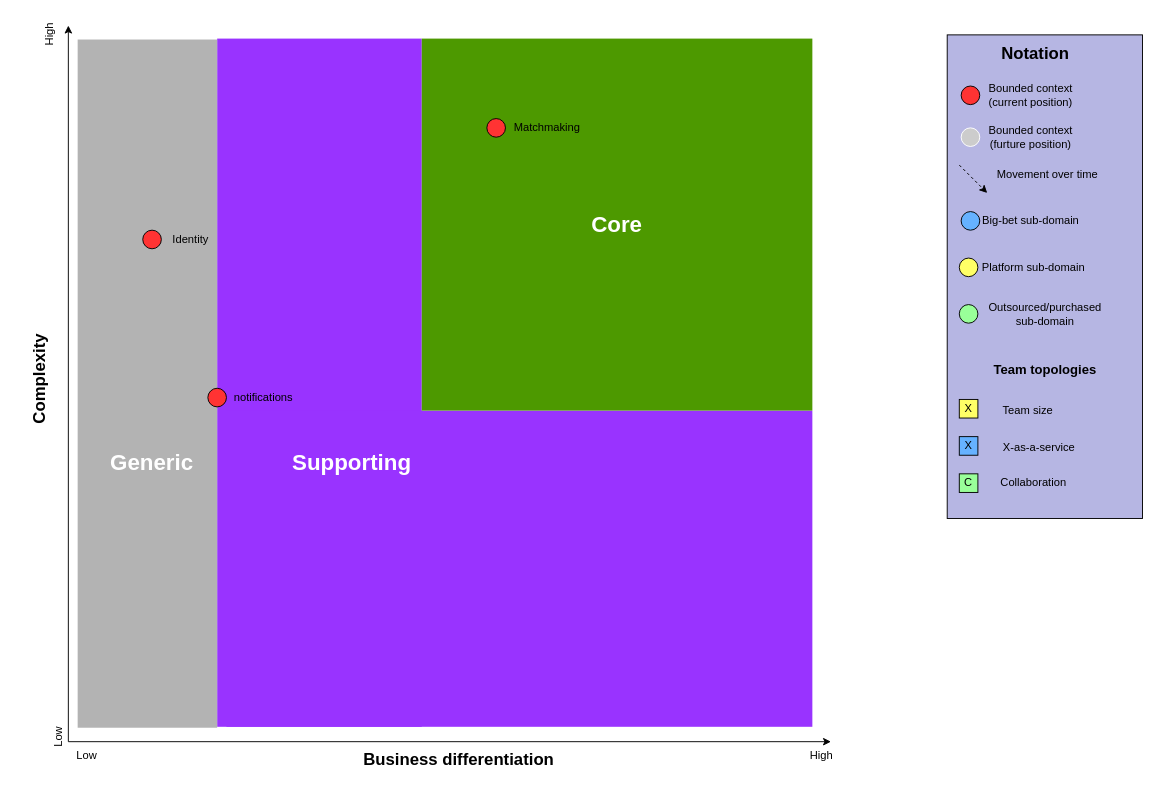
This is resources/drawio-template/core-domain-chart-template.drawio from ddd-crew/core-domain-charts, a draw.io file, before an edit. Source tidied: cells renumbered, new cells numbered last; positions are measured from the earlier drawing's top-left corner, leaving out a move shared by most shapes. Both pictures are drawn from the tidied source at 93%, with x=0, y=0 at pixel (21, 25).
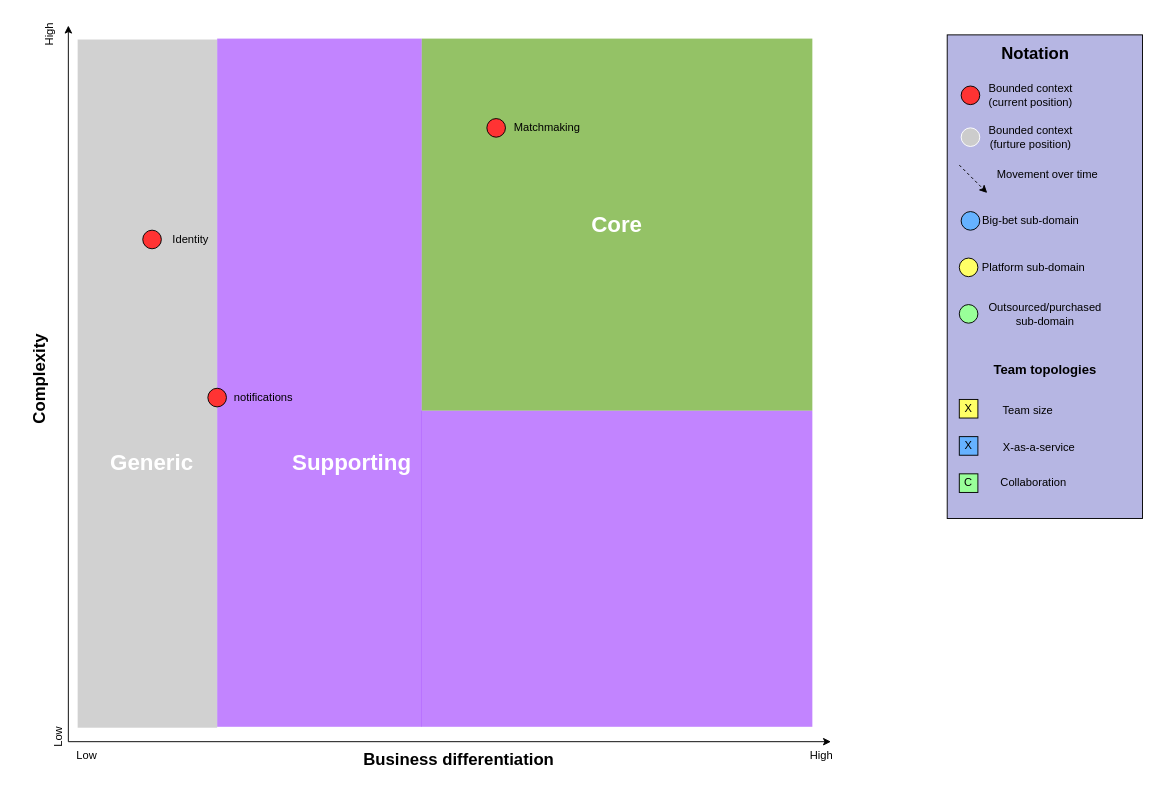
The same page after the edit.

Commit message:
drawio template: set opacity on colored background boxes to increase readability

Unchanged cells that the change refers to:
```xml
<mxCell id="2" style="group;" parent="1" vertex="1">
  <mxGeometry x="9.5" width="870.5" height="800" as="geometry" />
</mxCell>
```

Change to the diagram source:
```diff
@@
-    <mxCell id="3" style="rounded=0;whiteSpace=wrap;html=1;fillColor=#9933FF;strokeColor=none;" parent="2" vertex="1">
+    <mxCell id="3" style="rounded=0;whiteSpace=wrap;html=1;fillColor=#9933FF;strokeColor=none;fillOpacity=60;" parent="2" vertex="1">
       <mxGeometry x="200.5" y="14" width="220" height="740" as="geometry" />
     </mxCell>
-    <mxCell id="4" style="rounded=0;whiteSpace=wrap;html=1;fillColor=#9933FF;strokeColor=none;" parent="2" vertex="1">
-      <mxGeometry x="210.5" y="414" width="630" height="340" as="geometry" />
+    <mxCell id="4" style="rounded=0;whiteSpace=wrap;html=1;fillColor=#9933FF;strokeColor=none;fillOpacity=60;" parent="2" vertex="1">
+      <mxGeometry x="420" y="414" width="420.5" height="340" as="geometry" />
     </mxCell>
@@
-    <mxCell id="9" value="&lt;h1&gt;&lt;font color=&quot;#ffffff&quot;&gt;Core&lt;/font&gt;&lt;/h1&gt;" style="rounded=0;whiteSpace=wrap;html=1;fillColor=#4D9900;strokeColor=none;" parent="2" vertex="1">
+    <mxCell id="9" value="&lt;h1&gt;&lt;font color=&quot;#ffffff&quot;&gt;Core&lt;/font&gt;&lt;/h1&gt;" style="rounded=0;whiteSpace=wrap;html=1;fillColor=#4D9900;strokeColor=none;fillOpacity=60;" parent="2" vertex="1">
       <mxGeometry x="420.5" y="14" width="420" height="400" as="geometry" />
     </mxCell>
-    <mxCell id="10" style="rounded=0;whiteSpace=wrap;html=1;fillColor=#B3B3B3;strokeColor=none;" parent="2" vertex="1">
+    <mxCell id="10" style="rounded=0;whiteSpace=wrap;html=1;fillColor=#B3B3B3;strokeColor=none;fillOpacity=60;" parent="2" vertex="1">
       <mxGeometry x="50.5" y="15" width="150" height="740" as="geometry" />
     </mxCell>
```
